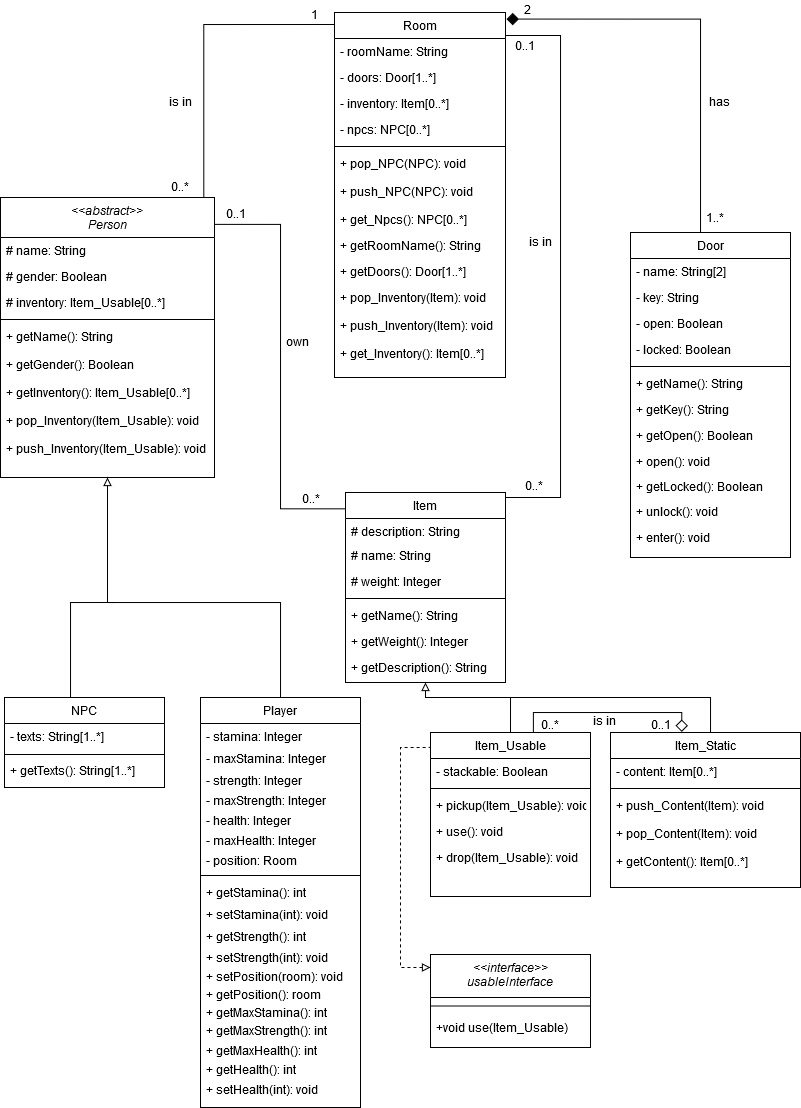
The draw.io diagram Klassendiagram.png in Elegond/AE-Text-Adventure, before a commit. Source tidied: cells renumbered, new cells last; positions are measured from the earlier drawing's top-left corner, leaving out a move shared by most shapes.
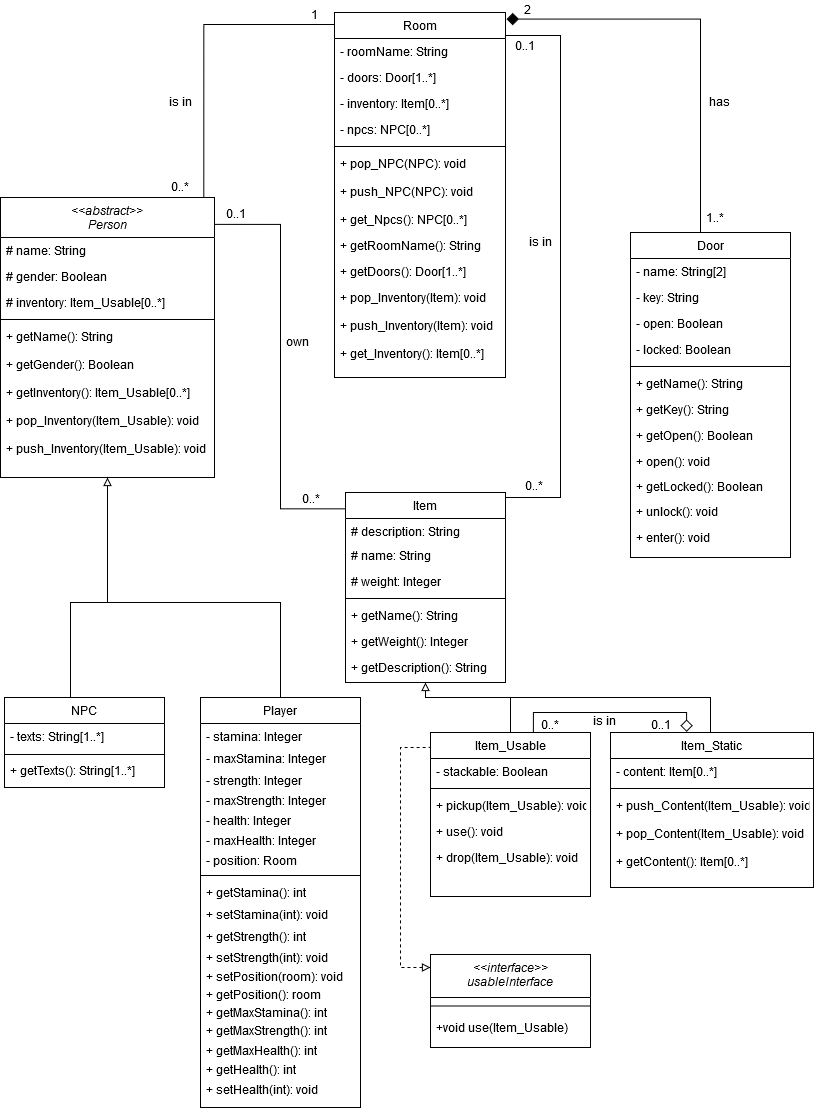
After the change.

The edit, as a diff of the source:
```diff
@@ -135,22 +135,22 @@
       </mxGeometry>
     </mxCell>
     <mxCell id="38" value="Item_Static" style="swimlane;fontStyle=0;align=center;verticalAlign=top;horizontal=1;startSize=26;rounded=0;shadow=0;strokeWidth=1;" parent="1" vertex="1">
-      <mxGeometry x="610" y="732" width="190" height="155" as="geometry" />
+      <mxGeometry x="610" y="732" width="203" height="155" as="geometry" />
     </mxCell>
     <mxCell id="39" value="- content: Item[0..*]" style="text;align=left;verticalAlign=top;spacingLeft=4;spacingRight=4;overflow=hidden;rounded=0;shadow=0;html=0;" parent="38" vertex="1">
-      <mxGeometry y="26" width="190" height="26" as="geometry" />
+      <mxGeometry y="26" width="203" height="26" as="geometry" />
     </mxCell>
     <mxCell id="40" style="line;html=1;strokeWidth=1;align=left;verticalAlign=middle;spacingTop=-1;spacingLeft=3;spacingRight=3;labelPosition=right;" parent="38" vertex="1">
-      <mxGeometry y="52" width="190" height="8" as="geometry" />
+      <mxGeometry y="52" width="203" height="8" as="geometry" />
     </mxCell>
-    <mxCell id="41" value="+ push_Content(Item): void" style="text;align=left;verticalAlign=top;spacingLeft=4;spacingRight=4;overflow=hidden;" parent="38" vertex="1">
-      <mxGeometry y="60" width="190" height="28" as="geometry" />
+    <mxCell id="41" value="+ push_Content(Item_Usable): void" style="text;align=left;verticalAlign=top;spacingLeft=4;spacingRight=4;overflow=hidden;" parent="38" vertex="1">
+      <mxGeometry y="60" width="203" height="28" as="geometry" />
     </mxCell>
-    <mxCell id="42" value="+ pop_Content(Item): void" style="text;align=left;verticalAlign=top;spacingLeft=4;spacingRight=4;overflow=hidden;" parent="38" vertex="1">
-      <mxGeometry y="88" width="190" height="28" as="geometry" />
+    <mxCell id="42" value="+ pop_Content(Item_Usable): void" style="text;align=left;verticalAlign=top;spacingLeft=4;spacingRight=4;overflow=hidden;" parent="38" vertex="1">
+      <mxGeometry y="88" width="203" height="28" as="geometry" />
     </mxCell>
     <mxCell id="43" value="+ getContent(): Item[0..*]" style="text;align=left;verticalAlign=top;spacingLeft=4;spacingRight=4;overflow=hidden;" parent="38" vertex="1">
-      <mxGeometry y="116" width="190" height="28" as="geometry" />
+      <mxGeometry y="116" width="203" height="28" as="geometry" />
     </mxCell>
     <mxCell id="44" style="edgeStyle=orthogonalEdgeStyle;rounded=0;jettySize=auto;html=1;exitX=0.5;exitY=0;exitDx=0;exitDy=0;entryX=0.5;entryY=1;entryDx=0;entryDy=0;endArrow=block;endFill=0;" parent="1" edge="1" source="45" target="28">
       <mxGeometry relative="1" as="geometry">
```
